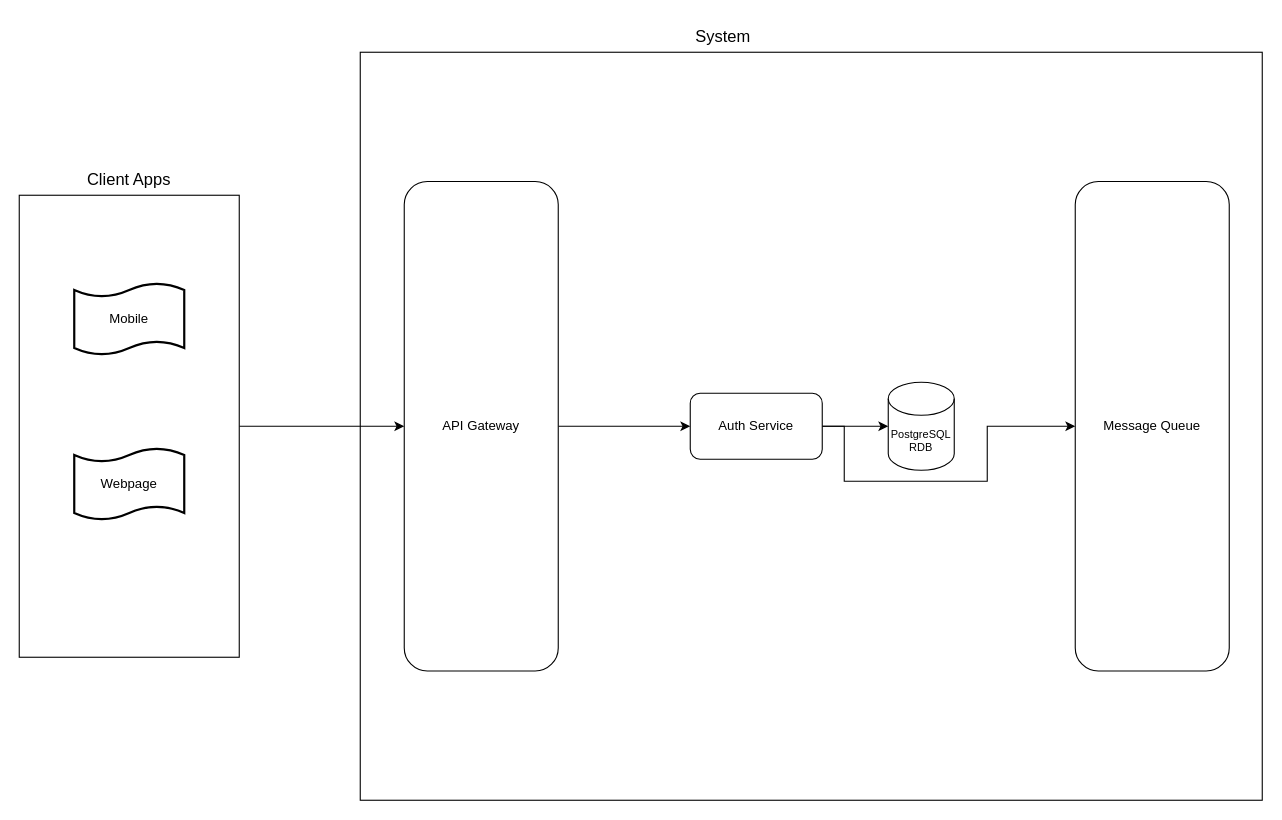
Before: docs/diagrams/task_manager_app_microservices_architecture_diagram.drawio in trentonwhite91/TASK-MANAGER-APP-PARENT, a draw.io diagram. Source tidied: cells renumbered, new cells numbered last; positions are measured from the earlier drawing's top-left corner, leaving out a move shared by most shapes. Both pictures are drawn from the tidied source at 110%, with x=0, y=0 at pixel (19, 19).
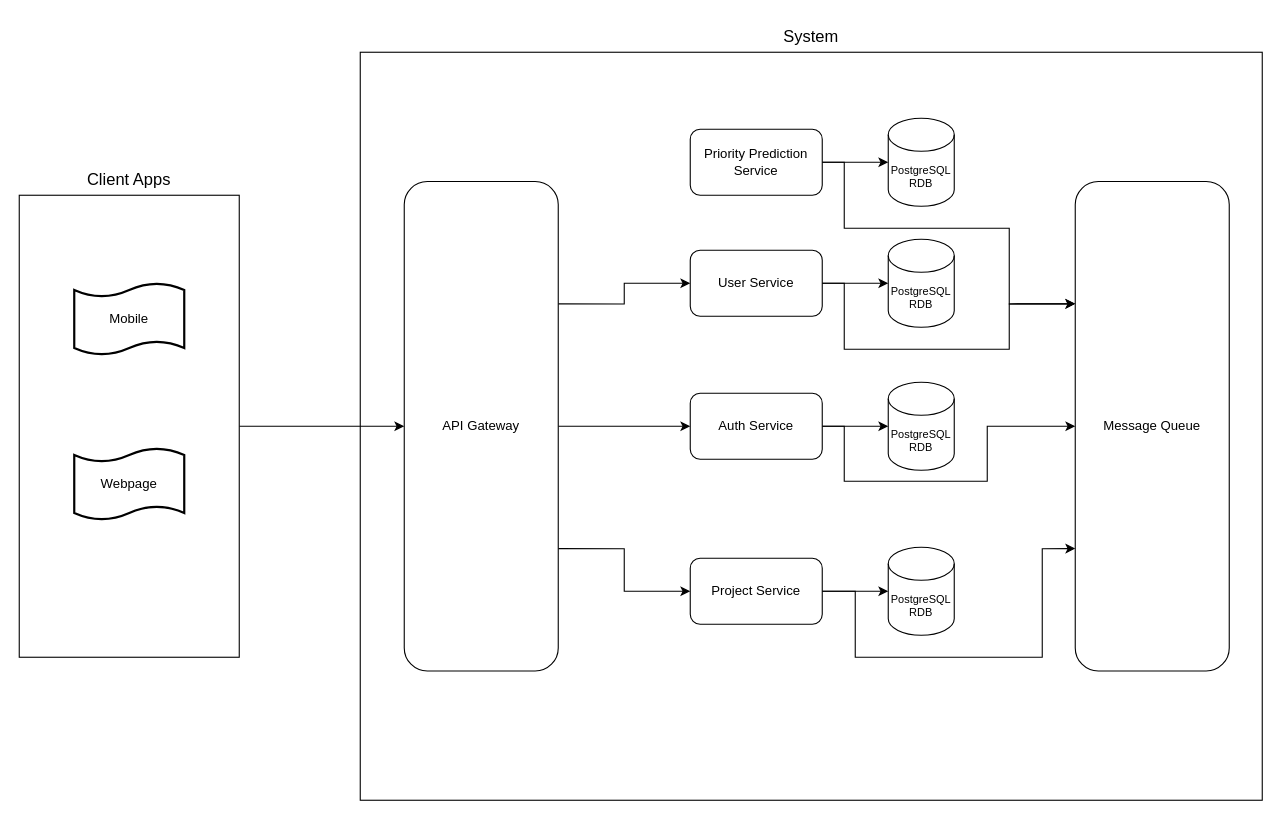
Above is the later version.

Commit message:
Microservices architecture diagram updates

Unchanged cells that the change refers to:
```xml
<mxCell id="10" value="API Gateway" style="rounded=1;whiteSpace=wrap;html=1;fillColor=default;" parent="1" vertex="1">
  <mxGeometry x="350" y="147.5" width="140" height="445" as="geometry" />
</mxCell>
<mxCell id="14" value="Message Queue" style="rounded=1;whiteSpace=wrap;html=1;fillColor=default;" parent="1" vertex="1">
  <mxGeometry x="960" y="147.5" width="140" height="445" as="geometry" />
</mxCell>
```

Change to the diagram source:
```diff
@@
     <mxCell id="8" value="System" style="text;html=1;align=center;verticalAlign=middle;whiteSpace=wrap;rounded=0;fontSize=15;" parent="1" vertex="1">
-      <mxGeometry x="610" width="60" height="30" as="geometry" />
+      <mxGeometry x="690" width="60" height="30" as="geometry" />
     </mxCell>
@@
+    <mxCell id="16" style="edgeStyle=orthogonalEdgeStyle;rounded=0;jettySize=auto;html=1;exitX=1;exitY=0.75;exitDx=0;exitDy=0;entryX=0;entryY=0.5;entryDx=0;entryDy=0;" parent="1" edge="1" source="10" target="23">
+      <mxGeometry relative="1" as="geometry" />
+    </mxCell>
+    <mxCell id="17" style="edgeStyle=orthogonalEdgeStyle;rounded=0;jettySize=auto;html=1;exitX=1;exitY=0.25;exitDx=0;exitDy=0;entryX=0;entryY=0.5;entryDx=0;entryDy=0;" parent="1" edge="1" source="10" target="19">
+      <mxGeometry relative="1" as="geometry" />
+    </mxCell>
@@
+    <mxCell id="18" style="edgeStyle=orthogonalEdgeStyle;rounded=0;jettySize=auto;html=1;exitX=1;exitY=0.5;exitDx=0;exitDy=0;entryX=0;entryY=0.25;entryDx=0;entryDy=0;" parent="1" edge="1" source="19" target="14">
+      <mxGeometry relative="1" as="geometry">
+        <Array as="points">
+          <mxPoint x="750" y="240" />
+          <mxPoint x="750" y="300" />
+          <mxPoint x="900" y="300" />
+          <mxPoint x="900" y="259" />
+        </Array>
+      </mxGeometry>
+    </mxCell>
+    <mxCell id="19" value="User Service" style="rounded=1;whiteSpace=wrap;html=1;fillColor=default;" parent="1" vertex="1">
+      <mxGeometry x="610" y="210" width="120" height="60" as="geometry" />
+    </mxCell>
+    <mxCell id="20" value="PostgreSQL RDB" style="shape=cylinder3;whiteSpace=wrap;html=1;boundedLbl=1;backgroundOutline=1;size=15;fontSize=10;" parent="1" vertex="1">
+      <mxGeometry x="790" y="200" width="60" height="80" as="geometry" />
+    </mxCell>
+    <mxCell id="21" style="edgeStyle=orthogonalEdgeStyle;rounded=0;jettySize=auto;html=1;exitX=1;exitY=0.5;exitDx=0;exitDy=0;entryX=0;entryY=0.5;entryDx=0;entryDy=0;entryPerimeter=0;" parent="1" edge="1" source="19" target="20">
+      <mxGeometry relative="1" as="geometry" />
+    </mxCell>
+    <mxCell id="22" style="edgeStyle=orthogonalEdgeStyle;rounded=0;jettySize=auto;html=1;exitX=1;exitY=0.5;exitDx=0;exitDy=0;entryX=0;entryY=0.75;entryDx=0;entryDy=0;" parent="1" edge="1" source="23" target="14">
+      <mxGeometry relative="1" as="geometry">
+        <Array as="points">
+          <mxPoint x="760" y="520" />
+          <mxPoint x="760" y="580" />
+          <mxPoint x="930" y="580" />
+          <mxPoint x="930" y="481" />
+        </Array>
+      </mxGeometry>
+    </mxCell>
+    <mxCell id="23" value="Project Service" style="rounded=1;whiteSpace=wrap;html=1;fillColor=default;" parent="1" vertex="1">
+      <mxGeometry x="610" y="490" width="120" height="60" as="geometry" />
+    </mxCell>
+    <mxCell id="24" value="PostgreSQL RDB" style="shape=cylinder3;whiteSpace=wrap;html=1;boundedLbl=1;backgroundOutline=1;size=15;fontSize=10;" parent="1" vertex="1">
+      <mxGeometry x="790" y="480" width="60" height="80" as="geometry" />
+    </mxCell>
+    <mxCell id="25" style="edgeStyle=orthogonalEdgeStyle;rounded=0;jettySize=auto;html=1;exitX=1;exitY=0.5;exitDx=0;exitDy=0;entryX=0;entryY=0.5;entryDx=0;entryDy=0;entryPerimeter=0;" parent="1" edge="1" source="23" target="24">
+      <mxGeometry relative="1" as="geometry" />
+    </mxCell>
+    <mxCell id="26" style="edgeStyle=orthogonalEdgeStyle;rounded=0;jettySize=auto;html=1;exitX=1;exitY=0.5;exitDx=0;exitDy=0;entryX=0;entryY=0.25;entryDx=0;entryDy=0;" parent="1" edge="1" source="27" target="14">
+      <mxGeometry relative="1" as="geometry">
+        <Array as="points">
+          <mxPoint x="750" y="130" />
+          <mxPoint x="750" y="190" />
+          <mxPoint x="900" y="190" />
+          <mxPoint x="900" y="259" />
+        </Array>
+      </mxGeometry>
+    </mxCell>
+    <mxCell id="27" value="Priority Prediction Service" style="rounded=1;whiteSpace=wrap;html=1;fillColor=default;" parent="1" vertex="1">
+      <mxGeometry x="610" y="100" width="120" height="60" as="geometry" />
+    </mxCell>
+    <mxCell id="28" value="PostgreSQL RDB" style="shape=cylinder3;whiteSpace=wrap;html=1;boundedLbl=1;backgroundOutline=1;size=15;fontSize=10;" parent="1" vertex="1">
+      <mxGeometry x="790" y="90" width="60" height="80" as="geometry" />
+    </mxCell>
+    <mxCell id="29" style="edgeStyle=orthogonalEdgeStyle;rounded=0;jettySize=auto;html=1;exitX=1;exitY=0.5;exitDx=0;exitDy=0;entryX=0;entryY=0.5;entryDx=0;entryDy=0;entryPerimeter=0;" parent="1" edge="1" source="27" target="28">
+      <mxGeometry relative="1" as="geometry" />
+    </mxCell>
```
